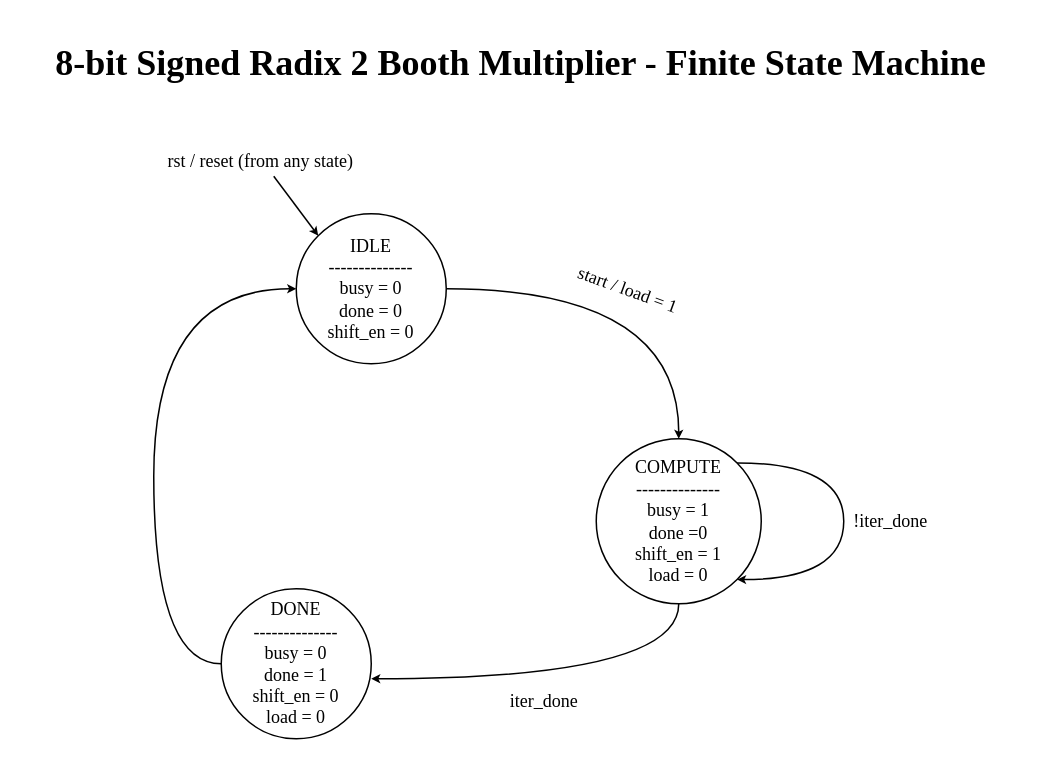
The draw.io diagram page "FSM" (2 of 3) of radix2-booth-multiplier/docs/booth_algorithm.drawio in AbdurRahman020/MEDS, before the edit. Source tidied: cells renumbered, new cells numbered last; positions are measured from the earlier drawing's top-left corner, leaving out a move shared by most shapes. Both pictures are drawn from the tidied source at 150%, with x=0, y=0 at pixel (26, 26).
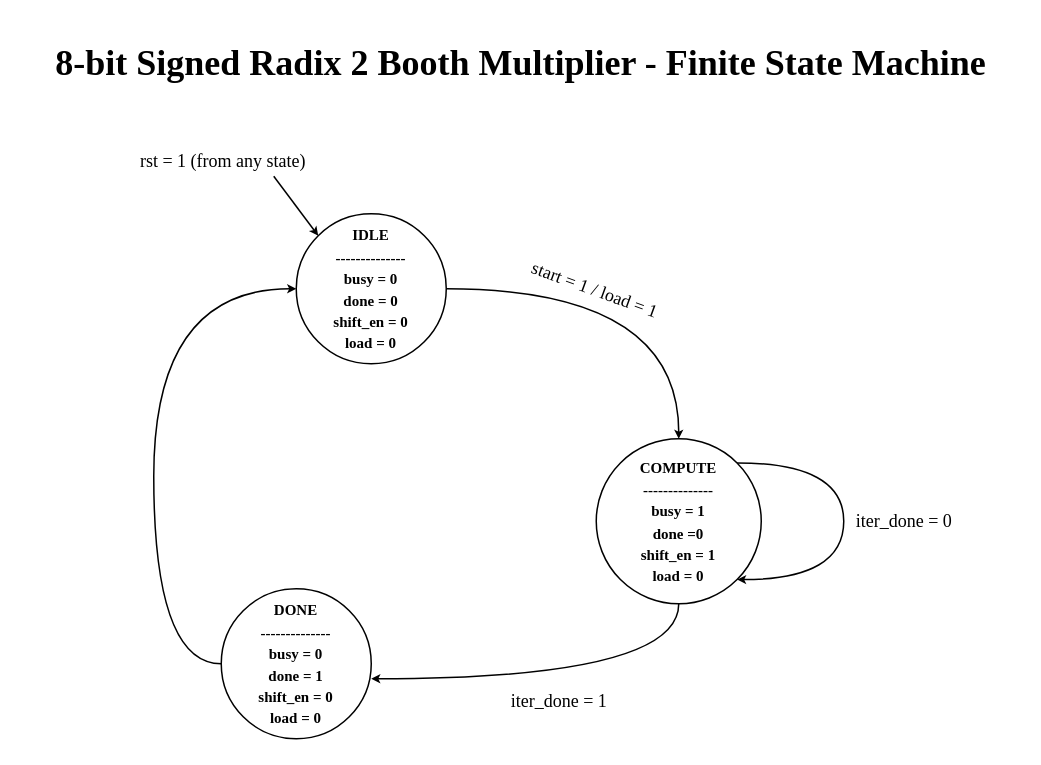
The same page after the edit.

Commit message (it also covers changes not shown here):
fix(docs): adjust FSM diagram

Unchanged cells that the change refers to:
```xml
<mxCell id="7" style="endArrow=classic;html=1;rounded=0;exitX=1;exitY=0.5;exitDx=0;exitDy=0;entryX=0.5;entryY=0;entryDx=0;entryDy=0;edgeStyle=orthogonalEdgeStyle;curved=1;endSize=3;fontFamily=Times New Roman;fontSize=12;" parent="1" edge="1" source="2" target="3">
  <mxGeometry relative="1" as="geometry" />
</mxCell>
<mxCell id="9" style="endArrow=classic;html=1;rounded=0;exitX=1;exitY=0;exitDx=0;exitDy=0;edgeStyle=orthogonalEdgeStyle;curved=1;endFill=1;endSize=3;fontFamily=Times New Roman;entryX=1;entryY=1;entryDx=0;entryDy=0;fontSize=12;" parent="1" edge="1" source="3" target="3">
  <mxGeometry relative="1" as="geometry">
    <Array as="points">
      <mxPoint x="545" y="291" />
      <mxPoint x="545" y="369" />
    </Array>
  </mxGeometry>
</mxCell>
```

Diff of the diagram source:
```diff
@@
-    <mxCell id="2" value="IDLE&lt;br&gt;--------------&lt;div&gt;busy = 0&lt;br&gt;done = 0&lt;br&gt;shift_en = 0&lt;br&gt;&lt;/div&gt;" style="ellipse;whiteSpace=wrap;html=1;fontFamily=Times New Roman;fontSize=12;labelBackgroundColor=none;labelBorderColor=none;textShadow=0;convertToSvg=0;svgWhiteSpace=wrap;" parent="1" vertex="1">
+    <mxCell id="2" value="&lt;font style=&quot;font-size: 10px;&quot;&gt;IDLE&lt;br&gt;--------------&lt;/font&gt;&lt;div&gt;&lt;font style=&quot;font-size: 10px;&quot;&gt;busy = 0&lt;br&gt;done = 0&lt;br&gt;shift_en = 0&lt;br&gt;load = 0&lt;/font&gt;&lt;/div&gt;" style="ellipse;whiteSpace=wrap;html=1;fontFamily=Times New Roman;fontSize=12;labelBackgroundColor=none;labelBorderColor=none;textShadow=0;convertToSvg=1;svgWhiteSpace=wrap;spacing=3;fontStyle=1;" parent="1" vertex="1">
       <mxGeometry x="180" y="125" width="100" height="100" as="geometry" />
     </mxCell>
-    <mxCell id="3" value="COMPUTE&lt;br&gt;--------------&lt;br&gt;busy = 1&lt;br&gt;done =0&lt;br&gt;shift_en = 1&lt;br&gt;load = 0" style="ellipse;whiteSpace=wrap;html=1;fontFamily=Times New Roman;fontSize=12;convertToSvg=0;svgWhiteSpace=wrap;" parent="1" vertex="1">
+    <mxCell id="3" value="&lt;font style=&quot;font-size: 10px;&quot;&gt;&lt;b&gt;COMPUTE&lt;br&gt;--------------&lt;br&gt;busy = 1&lt;br&gt;done =0&lt;br&gt;shift_en = 1&lt;br&gt;load = 0&lt;/b&gt;&lt;/font&gt;" style="ellipse;whiteSpace=wrap;html=1;fontFamily=Times New Roman;fontSize=12;convertToSvg=0;svgWhiteSpace=wrap;" parent="1" vertex="1">
       <mxGeometry x="380" y="275" width="110" height="110" as="geometry" />
     </mxCell>
-    <mxCell id="4" value="DONE&lt;br&gt;--------------&lt;br&gt;busy = 0&lt;br&gt;done = 1&lt;br&gt;shift_en = 0&lt;br&gt;load = 0" style="ellipse;whiteSpace=wrap;html=1;fontFamily=Times New Roman;fontSize=12;" parent="1" vertex="1">
+    <mxCell id="4" value="&lt;font style=&quot;font-size: 10px;&quot;&gt;&lt;b&gt;DONE&lt;br&gt;--------------&lt;br&gt;busy = 0&lt;br&gt;done = 1&lt;br&gt;shift_en = 0&lt;br&gt;load = 0&lt;/b&gt;&lt;/font&gt;" style="ellipse;whiteSpace=wrap;html=1;fontFamily=Times New Roman;fontSize=12;" parent="1" vertex="1">
       <mxGeometry x="130" y="375" width="100" height="100" as="geometry" />
     </mxCell>
-    <mxCell id="5" value="&lt;font&gt;iter_done&lt;/font&gt;" style="endArrow=classic;html=1;rounded=0;exitX=0.5;exitY=1;exitDx=0;exitDy=0;edgeStyle=orthogonalEdgeStyle;curved=1;endSize=3;fontFamily=Times New Roman;fontSize=12;" parent="1" edge="1" source="3">
-      <mxGeometry x="0.1" y="15" relative="1" as="geometry">
+    <mxCell id="5" value="&lt;font&gt;iter_done = 1&lt;/font&gt;" style="endArrow=classic;html=1;rounded=0;exitX=0.5;exitY=1;exitDx=0;exitDy=0;edgeStyle=orthogonalEdgeStyle;curved=1;endSize=3;fontFamily=Times New Roman;fontSize=12;" parent="1" edge="1" source="3">
+      <mxGeometry x="0.02" y="15" relative="1" as="geometry">
         <mxPoint x="230" y="435" as="targetPoint" />
         <Array as="points">
           <mxPoint x="435" y="435" />
         </Array>
       </mxGeometry>
     </mxCell>
@@
-    <mxCell id="8" value="&lt;font&gt;start / load = 1&lt;/font&gt;" style="edgeLabel;html=1;align=center;verticalAlign=middle;rotation=20;fontFamily=Times New Roman;fontSize=12;" parent="7" vertex="1">
+    <mxCell id="8" value="&lt;font&gt;start = 1 / load = 1&lt;/font&gt;" style="edgeLabel;html=1;align=center;verticalAlign=middle;rotation=20;fontFamily=Times New Roman;fontSize=12;" parent="7" vertex="1">
       <mxGeometry x="-0.3" y="-13" relative="1" as="geometry">
-        <mxPoint x="32" y="-13" as="offset" />
+        <mxPoint x="10" y="-13" as="offset" />
       </mxGeometry>
     </mxCell>
@@
-    <mxCell id="10" value="!iter_done" style="edgeLabel;html=1;align=center;verticalAlign=middle;fontFamily=Times New Roman;fontSize=12;" parent="9" vertex="1">
+    <mxCell id="10" value="iter_done = 0" style="edgeLabel;html=1;align=center;verticalAlign=middle;fontFamily=Times New Roman;fontSize=12;" parent="9" vertex="1">
       <mxGeometry x="0.6" y="-2" relative="1" as="geometry">
-        <mxPoint x="58" y="-37" as="offset" />
+        <mxPoint x="67" y="-37" as="offset" />
       </mxGeometry>
     </mxCell>
@@
-    <mxCell id="12" style="endArrow=classic;html=1;rounded=0;entryX=0;entryY=0;entryDx=0;entryDy=0;endSize=3;fontSize=12;" parent="1" edge="1" target="2">
+    <mxCell id="12" style="endArrow=classic;html=1;rounded=0;entryX=0;entryY=0;entryDx=0;entryDy=0;endSize=3;fontSize=12;fontFamily=Times New Roman;" parent="1" edge="1" target="2">
       <mxGeometry relative="1" as="geometry">
         <mxPoint x="165" y="100" as="sourcePoint" />
       </mxGeometry>
     </mxCell>
-    <mxCell id="13" value="&lt;font face=&quot;Times New Roman&quot;&gt;rst / reset (from any state)&lt;/font&gt;" style="edgeLabel;html=1;align=center;verticalAlign=middle;fontSize=12;" parent="12" vertex="1">
+    <mxCell id="13" value="&lt;font&gt;rst = 1 (from any state)&lt;/font&gt;" style="edgeLabel;html=1;align=center;verticalAlign=middle;fontSize=12;fontFamily=Times New Roman;" parent="12" vertex="1">
       <mxGeometry x="-0.18" y="-1" relative="1" as="geometry">
-        <mxPoint x="-21" y="-27" as="offset" />
+        <mxPoint x="-46" y="-27" as="offset" />
       </mxGeometry>
     </mxCell>
```
